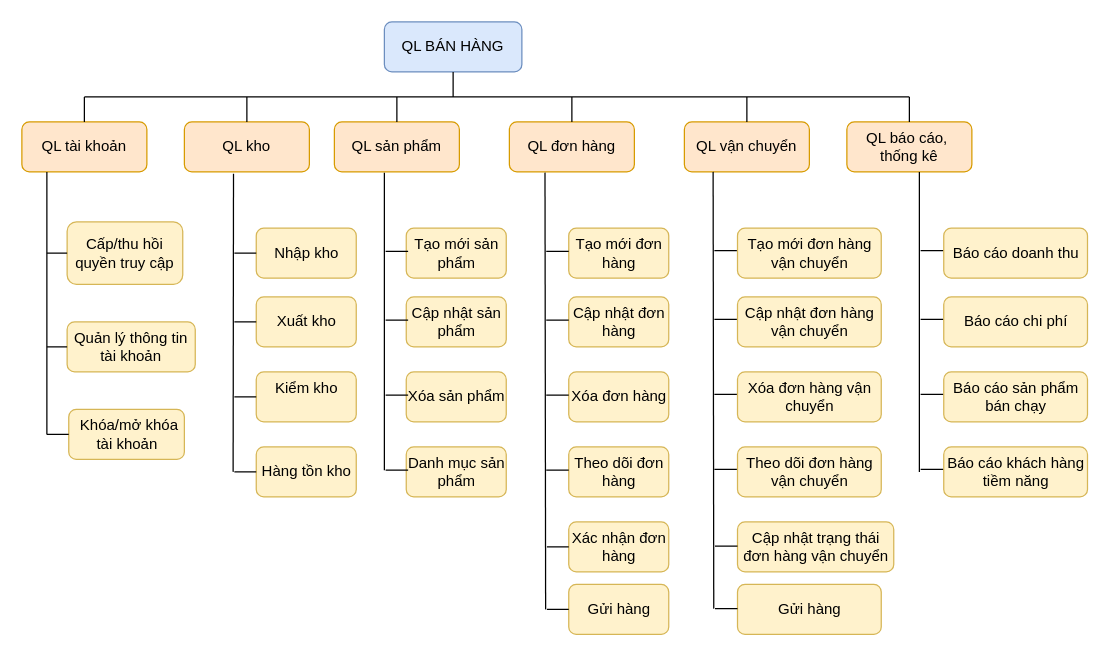
DangNgocDuong250903/DoAn keeps this draw.io diagram as page "Page-1" (1 of 3) of Sơ đồ 303 đồ án 1.drawio. Above is the earlier version. Source tidied: cells renumbered, new cells numbered last; positions are measured from the earlier drawing's top-left corner, leaving out a move shared by most shapes. Both pictures are drawn from the tidied source at 125%, with x=0, y=0 at pixel (21, 21).
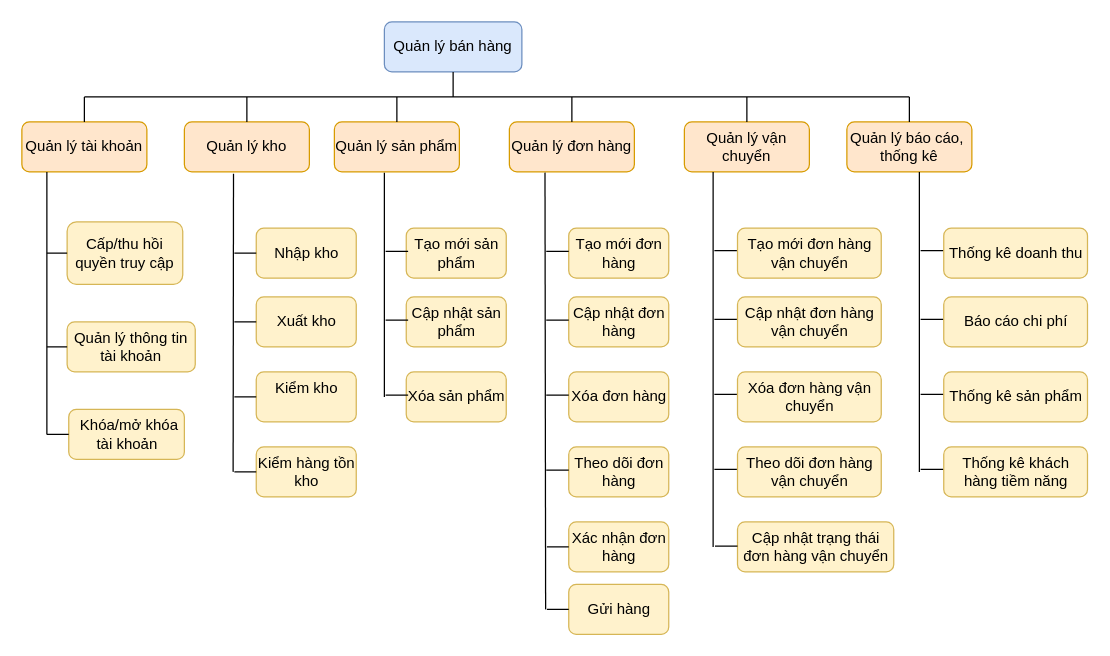
The same page after the edit.

What changed in the source:
```diff
@@
-    <mxCell id="2" value="QL BÁN HÀNG" style="rounded=1;whiteSpace=wrap;html=1;fillColor=#dae8fc;strokeColor=#6c8ebf;" parent="1" vertex="1">
+    <mxCell id="2" value="Quản lý bán hàng" style="rounded=1;whiteSpace=wrap;html=1;fillColor=#dae8fc;strokeColor=#6c8ebf;" parent="1" vertex="1">
       <mxGeometry x="290" width="110" height="40" as="geometry" />
     </mxCell>
-    <mxCell id="3" value="QL kho" style="rounded=1;whiteSpace=wrap;html=1;fillColor=#ffe6cc;strokeColor=#d79b00;" parent="1" vertex="1">
+    <mxCell id="3" value="Quản lý kho" style="rounded=1;whiteSpace=wrap;html=1;fillColor=#ffe6cc;strokeColor=#d79b00;" parent="1" vertex="1">
       <mxGeometry x="130" y="80" width="100" height="40" as="geometry" />
     </mxCell>
-    <mxCell id="4" value="QL sản phẩm" style="rounded=1;whiteSpace=wrap;html=1;fillColor=#ffe6cc;strokeColor=#d79b00;" parent="1" vertex="1">
+    <mxCell id="4" value="Quản lý sản phẩm" style="rounded=1;whiteSpace=wrap;html=1;fillColor=#ffe6cc;strokeColor=#d79b00;" parent="1" vertex="1">
       <mxGeometry x="250" y="80" width="100" height="40" as="geometry" />
     </mxCell>
-    <mxCell id="5" value="QL đơn hàng" style="rounded=1;whiteSpace=wrap;html=1;fillColor=#ffe6cc;strokeColor=#d79b00;" parent="1" vertex="1">
+    <mxCell id="5" value="Quản lý đơn hàng" style="rounded=1;whiteSpace=wrap;html=1;fillColor=#ffe6cc;strokeColor=#d79b00;" parent="1" vertex="1">
       <mxGeometry x="390" y="80" width="100" height="40" as="geometry" />
     </mxCell>
-    <mxCell id="6" value="QL vận chuyển" style="rounded=1;whiteSpace=wrap;html=1;fillColor=#ffe6cc;strokeColor=#d79b00;" parent="1" vertex="1">
+    <mxCell id="6" value="Quản lý vận chuyển" style="rounded=1;whiteSpace=wrap;html=1;fillColor=#ffe6cc;strokeColor=#d79b00;" parent="1" vertex="1">
       <mxGeometry x="530" y="80" width="100" height="40" as="geometry" />
     </mxCell>
-    <mxCell id="7" value="QL báo cáo,&amp;nbsp;&lt;br&gt;thống kê" style="rounded=1;whiteSpace=wrap;html=1;fillColor=#ffe6cc;strokeColor=#d79b00;" parent="1" vertex="1">
+    <mxCell id="7" value="Quản lý báo cáo,&amp;nbsp;&lt;br&gt;thống kê" style="rounded=1;whiteSpace=wrap;html=1;fillColor=#ffe6cc;strokeColor=#d79b00;" parent="1" vertex="1">
       <mxGeometry x="660" y="80" width="100" height="40" as="geometry" />
     </mxCell>
-    <mxCell id="8" value="QL tài khoản" style="rounded=1;whiteSpace=wrap;html=1;fillColor=#ffe6cc;strokeColor=#d79b00;" parent="1" vertex="1">
+    <mxCell id="8" value="Quản lý tài khoản" style="rounded=1;whiteSpace=wrap;html=1;fillColor=#ffe6cc;strokeColor=#d79b00;" parent="1" vertex="1">
       <mxGeometry y="80" width="100" height="40" as="geometry" />
     </mxCell>
@@
-    <mxCell id="15" value="Hàng tồn kho" style="rounded=1;whiteSpace=wrap;html=1;fillColor=#fff2cc;strokeColor=#d6b656;" parent="1" vertex="1">
+    <mxCell id="15" value="Kiểm hàng tồn kho" style="rounded=1;whiteSpace=wrap;html=1;fillColor=#fff2cc;strokeColor=#d6b656;" parent="1" vertex="1">
       <mxGeometry x="187.5" y="340" width="80" height="40" as="geometry" />
     </mxCell>
@@
-    <mxCell id="19" value="Danh mục sản phẩm" style="rounded=1;whiteSpace=wrap;html=1;fillColor=#fff2cc;strokeColor=#d6b656;" parent="1" vertex="1">
-      <mxGeometry x="307.5" y="340" width="80" height="40" as="geometry" />
-    </mxCell>
@@
-    <mxCell id="31" value="Gửi hàng" style="rounded=1;whiteSpace=wrap;html=1;fillColor=#fff2cc;strokeColor=#d6b656;" parent="1" vertex="1">
-      <mxGeometry x="572.5" y="450" width="115" height="40" as="geometry" />
-    </mxCell>
-    <mxCell id="32" value="Báo cáo doanh thu" style="rounded=1;whiteSpace=wrap;html=1;fillColor=#fff2cc;strokeColor=#d6b656;" parent="1" vertex="1">
+    <mxCell id="32" value="Thống kê doanh thu" style="rounded=1;whiteSpace=wrap;html=1;fillColor=#fff2cc;strokeColor=#d6b656;" parent="1" vertex="1">
       <mxGeometry x="737.5" y="165" width="115" height="40" as="geometry" />
     </mxCell>
@@
-    <mxCell id="34" value="Báo cáo sản phẩm bán chạy" style="rounded=1;whiteSpace=wrap;html=1;fillColor=#fff2cc;strokeColor=#d6b656;" parent="1" vertex="1">
+    <mxCell id="34" value="Thống kê sản phẩm" style="rounded=1;whiteSpace=wrap;html=1;fillColor=#fff2cc;strokeColor=#d6b656;" parent="1" vertex="1">
       <mxGeometry x="737.5" y="280" width="115" height="40" as="geometry" />
     </mxCell>
-    <mxCell id="35" value="Báo cáo khách hàng tiềm năng" style="rounded=1;whiteSpace=wrap;html=1;fillColor=#fff2cc;strokeColor=#d6b656;" parent="1" vertex="1">
+    <mxCell id="35" value="Thống kê khách hàng tiềm năng" style="rounded=1;whiteSpace=wrap;html=1;fillColor=#fff2cc;strokeColor=#d6b656;" parent="1" vertex="1">
       <mxGeometry x="737.5" y="340" width="115" height="40" as="geometry" />
     </mxCell>
@@
     <mxCell id="53" style="endArrow=none;html=1;rounded=0;entryX=0.393;entryY=1.038;entryDx=0;entryDy=0;entryPerimeter=0;" parent="1" edge="1">
       <mxGeometry relative="1" as="geometry">
-        <mxPoint x="290" y="358.6" as="sourcePoint" />
+        <mxPoint x="290" y="300" as="sourcePoint" />
         <mxPoint x="290" y="120.6" as="targetPoint" />
       </mxGeometry>
     </mxCell>
@@
-    <mxCell id="57" style="endArrow=none;html=1;rounded=0;entryX=0;entryY=0.5;entryDx=0;entryDy=0;" parent="1" edge="1">
-      <mxGeometry relative="1" as="geometry">
-        <mxPoint x="291" y="358.6" as="sourcePoint" />
-        <mxPoint x="309" y="358.6" as="targetPoint" />
-      </mxGeometry>
-    </mxCell>
@@
     <mxCell id="65" style="endArrow=none;html=1;rounded=0;entryX=0.393;entryY=1.038;entryDx=0;entryDy=0;entryPerimeter=0;" parent="1" edge="1">
       <mxGeometry relative="1" as="geometry">
-        <mxPoint x="553.5" y="469.4" as="sourcePoint" />
+        <mxPoint x="553" y="420" as="sourcePoint" />
         <mxPoint x="553" y="120" as="targetPoint" />
       </mxGeometry>
     </mxCell>
@@
-    <mxCell id="70" style="endArrow=none;html=1;rounded=0;entryX=0;entryY=0.5;entryDx=0;entryDy=0;" parent="1" edge="1">
-      <mxGeometry relative="1" as="geometry">
-        <mxPoint x="554.5" y="469.4" as="sourcePoint" />
-        <mxPoint x="572.5" y="469.4" as="targetPoint" />
-      </mxGeometry>
-    </mxCell>
```
